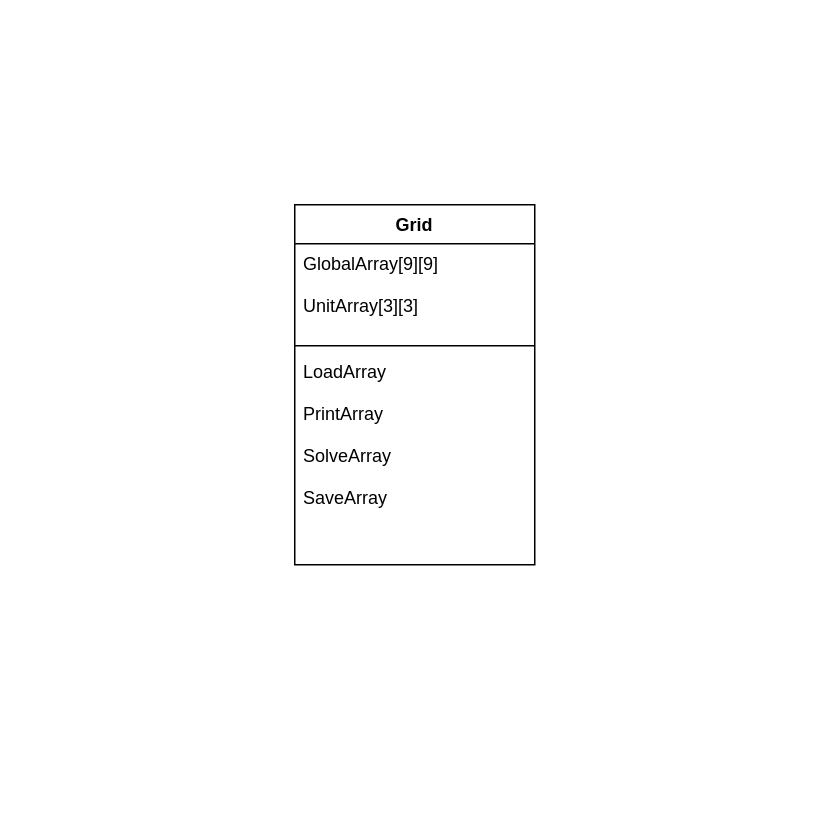
This is page "Page-1" (1 of 2) of sudokusolver.drawio from wagblin3/sudokusolver, a draw.io file, before an edit. Source tidied: cells renumbered, new cells numbered last; positions are measured from the earlier drawing's top-left corner, leaving out a move shared by most shapes. Both pictures are drawn from the tidied source at 150%, with x=0, y=0 at pixel (294, 204).
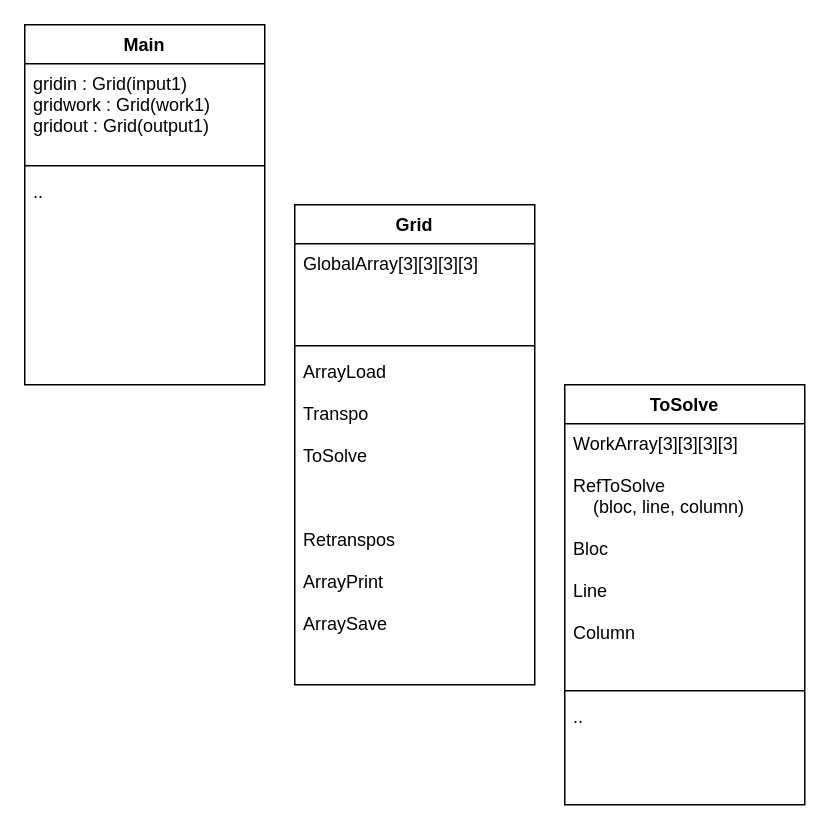
The same diagram, later.

What changed in the source:
```diff
@@
 <mxGraphModel>
   <root>
     <mxCell id="0" />
     <mxCell id="1" parent="0" />
     <mxCell id="2" value="Grid" style="swimlane;fontStyle=1;align=center;verticalAlign=top;horizontal=1;startSize=26;" parent="1" vertex="1">
-      <mxGeometry width="160" height="240" as="geometry" />
+      <mxGeometry width="160" height="320" as="geometry" />
     </mxCell>
-    <mxCell id="3" value="GlobalArray[9][9]&#10;&#10;UnitArray[3][3]" style="text;strokeColor=none;fillColor=none;align=left;verticalAlign=top;spacingLeft=4;spacingRight=4;overflow=hidden;" parent="2" vertex="1">
+    <mxCell id="3" value="GlobalArray[3][3][3][3]" style="text;strokeColor=none;fillColor=none;align=left;verticalAlign=top;spacingLeft=4;spacingRight=4;overflow=hidden;" parent="2" vertex="1">
       <mxGeometry y="26" width="160" height="64" as="geometry" />
     </mxCell>
     <mxCell id="4" style="line;strokeWidth=1;fillColor=none;align=left;verticalAlign=middle;spacingTop=-1;spacingLeft=3;spacingRight=3;labelPosition=right;" parent="2" vertex="1">
       <mxGeometry y="90" width="160" height="8" as="geometry" />
     </mxCell>
-    <mxCell id="5" value="LoadArray&#10;&#10;PrintArray&#10;&#10;SolveArray&#10;&#10;SaveArray" style="text;strokeColor=none;fillColor=none;align=left;verticalAlign=top;spacingLeft=4;spacingRight=4;overflow=hidden;" parent="2" vertex="1">
-      <mxGeometry y="98" width="160" height="142" as="geometry" />
+    <mxCell id="5" value="ArrayLoad&#10;&#10;Transpo&#10;&#10;ToSolve&#10;&#10;&#10;&#10;Retranspos&#10;&#10;ArrayPrint&#10;&#10;ArraySave&#10;&#10;&#10;&#10;" style="text;strokeColor=none;fillColor=none;align=left;verticalAlign=top;spacingLeft=4;spacingRight=4;overflow=hidden;" parent="2" vertex="1">
+      <mxGeometry y="98" width="160" height="222" as="geometry" />
     </mxCell>
+    <mxCell id="6" value="ToSolve" style="swimlane;fontStyle=1;align=center;verticalAlign=top;horizontal=1;startSize=26;" parent="1" vertex="1">
+      <mxGeometry x="180" y="120" width="160" height="280" as="geometry" />
+    </mxCell>
+    <mxCell id="7" value="WorkArray[3][3][3][3]&#10;&#10;RefToSolve &#10;    (bloc, line, column)&#10;&#10;Bloc&#10;&#10;Line&#10;&#10;Column" style="text;strokeColor=none;fillColor=none;align=left;verticalAlign=top;spacingLeft=4;spacingRight=4;overflow=hidden;" parent="6" vertex="1">
+      <mxGeometry y="26" width="160" height="174" as="geometry" />
+    </mxCell>
+    <mxCell id="8" style="line;strokeWidth=1;fillColor=none;align=left;verticalAlign=middle;spacingTop=-1;spacingLeft=3;spacingRight=3;labelPosition=right;" parent="6" vertex="1">
+      <mxGeometry y="200" width="160" height="8" as="geometry" />
+    </mxCell>
+    <mxCell id="9" value=".." style="text;strokeColor=none;fillColor=none;align=left;verticalAlign=top;spacingLeft=4;spacingRight=4;overflow=hidden;" parent="6" vertex="1">
+      <mxGeometry y="208" width="160" height="72" as="geometry" />
+    </mxCell>
+    <mxCell id="10" value="Main" style="swimlane;fontStyle=1;align=center;verticalAlign=top;horizontal=1;startSize=26;" parent="1" vertex="1">
+      <mxGeometry x="-180" y="-120" width="160" height="240" as="geometry" />
+    </mxCell>
+    <mxCell id="11" value="gridin : Grid(input1)&#10;gridwork : Grid(work1)&#10;gridout : Grid(output1)" style="text;strokeColor=none;fillColor=none;align=left;verticalAlign=top;spacingLeft=4;spacingRight=4;overflow=hidden;" parent="10" vertex="1">
+      <mxGeometry y="26" width="160" height="64" as="geometry" />
+    </mxCell>
+    <mxCell id="12" style="line;strokeWidth=1;fillColor=none;align=left;verticalAlign=middle;spacingTop=-1;spacingLeft=3;spacingRight=3;labelPosition=right;" parent="10" vertex="1">
+      <mxGeometry y="90" width="160" height="8" as="geometry" />
+    </mxCell>
+    <mxCell id="13" value=".." style="text;strokeColor=none;fillColor=none;align=left;verticalAlign=top;spacingLeft=4;spacingRight=4;overflow=hidden;" parent="10" vertex="1">
+      <mxGeometry y="98" width="160" height="142" as="geometry" />
+    </mxCell>
   </root>
 </mxGraphModel>
```
